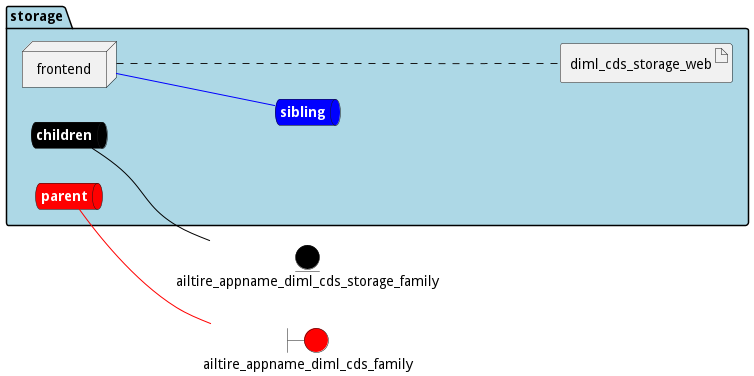
Before: docs/edgemere/diml/cds/storage/envs/dev/deployment.png, a diagram exported from PlantUML (madajaju/edgemere). The source it was exported from:
```plantuml
@startuml

left to right direction


boundary ailtire_appname_diml_cds_family #red


entity ailtire_appname_diml_cds_storage_family #black




package "storage" #lightblue {
    queue childrennet #black [
            <b><color:white>children</color></b>
    ]

    childrennet -[#black]- ailtire_appname_diml_cds_storage_family

    queue siblingnet #blue [
            <b><color:white>sibling</color></b>
    ]

    queue parentnet #red [
            <b><color:white>parent</color></b>
    ]

    parentnet -[#red]- ailtire_appname_diml_cds_family


node "frontend" as frontendService


        artifact "diml_cds_storage_web" as diml_cds_storage_webimage

}

frontendService -[#blue]- siblingnet
frontendService .... diml_cds_storage_webimage


@enduml
```
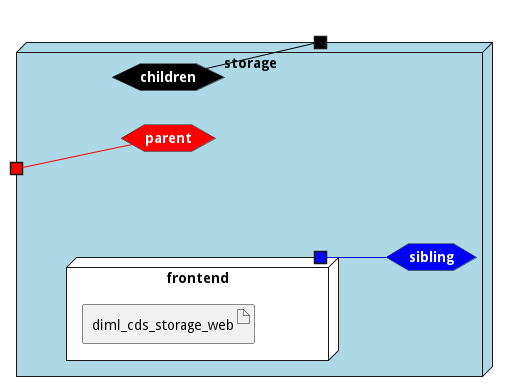
The same diagram one commit later.

Change to the diagram source:
```diff
@@ -3,41 +3,43 @@
 left to right direction
 
 
-boundary ailtire_appname_diml_cds_family #red
-
-
-entity ailtire_appname_diml_cds_storage_family #black
 
 
 
 
-package "storage" #lightblue {
-    queue childrennet #black [
+
+node "storage" #lightblue {
+
+
+    hexagon childrennet #black [
             <b><color:white>children</color></b>
     ]
 
-    childrennet -[#black]- ailtire_appname_diml_cds_storage_family
+    portout " " as childrennetPortOut #black
+    childrennet -[#black]- childrennetPortOut
 
-    queue siblingnet #blue [
+    hexagon siblingnet #blue [
             <b><color:white>sibling</color></b>
     ]
 
-    queue parentnet #red [
+    hexagon parentnet #red [
             <b><color:white>parent</color></b>
     ]
 
-    parentnet -[#red]- ailtire_appname_diml_cds_family
+    portin " " as parentnetPortIn #red
+    parentnetPortIn -[#red]- parentnet
 
 
-node "frontend" as frontendService
+node "frontend" as frontendService #white {
+    portOut " " as frontendServicesiblingnet #blue
+   frontendServicesiblingnet -[#blue]- siblingnet
 
 
-        artifact "diml_cds_storage_web" as diml_cds_storage_webimage
+    artifact "diml_cds_storage_web" as diml_cds_storage_webimage
 
 }
 
-frontendService -[#blue]- siblingnet
-frontendService .... diml_cds_storage_webimage
+}
 
 
 @enduml
```
